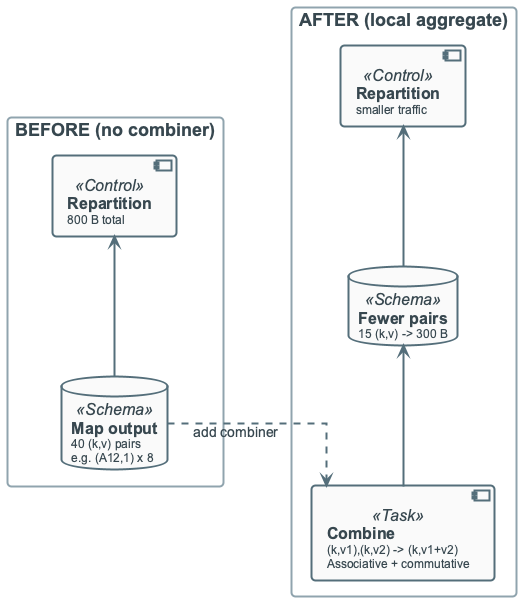
This is diagrams/week03/week3_local_aggregation.png from OrPerets/data-engineering-course, a PlantUML export, as it was before one commit.
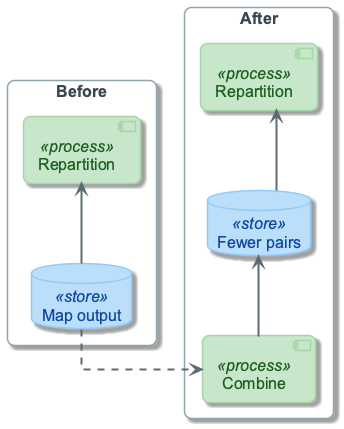
After the commit.

Change to the diagram source:
```diff
@@ -1,22 +1,26 @@
 @startuml
 !include ../_template_styles.puml
+!include _week3_visual_style.puml
+
 left to right direction
+skinparam nodesep 80
+skinparam ranksep 60
 
-rectangle "BEFORE (no combiner)" #FFFFFF {
-    database "**Map output**\n<size:12>40 (k,v) pairs</size>\n<size:12>e.g. (A12,1) x 8</size>" as MAP1 <<Schema>>
-    component "**Repartition**\n<size:12>800 B total</size>" as REP1 <<Control>>
-    MAP1 -right-> REP1
+rectangle "Before" as BEF {
+  database "Map output" as MAP1 <<store>>
+  component "Repartition" as REP1 <<process>>
+  MAP1 -right-> REP1
 }
 
-rectangle "AFTER (local aggregate)" #FFFFFF {
-    component "**Combine**\n<size:12>(k,v1),(k,v2) -> (k,v1+v2)</size>\n<size:12>Associative + commutative</size>" as COMB <<Task>>
-    database "**Fewer pairs**\n<size:12>15 (k,v) -> 300 B</size>" as MAP2 <<Schema>>
-    component "**Repartition**\n<size:12>smaller traffic</size>" as REP2 <<Control>>
-    COMB -right-> MAP2
-    MAP2 -right-> REP2
+rectangle "After" as AFT {
+  component "Combine" as COMB <<process>>
+  database "Fewer pairs" as MAP2 <<store>>
+  component "Repartition" as REP2 <<process>>
+  COMB -right-> MAP2
+  MAP2 -right-> REP2
 }
 
-MAP1 -down[dashed]-> COMB : add combiner
+MAP1 -[dashed]down-> COMB
 REP1 -[hidden]down- REP2
 
 @enduml
```
